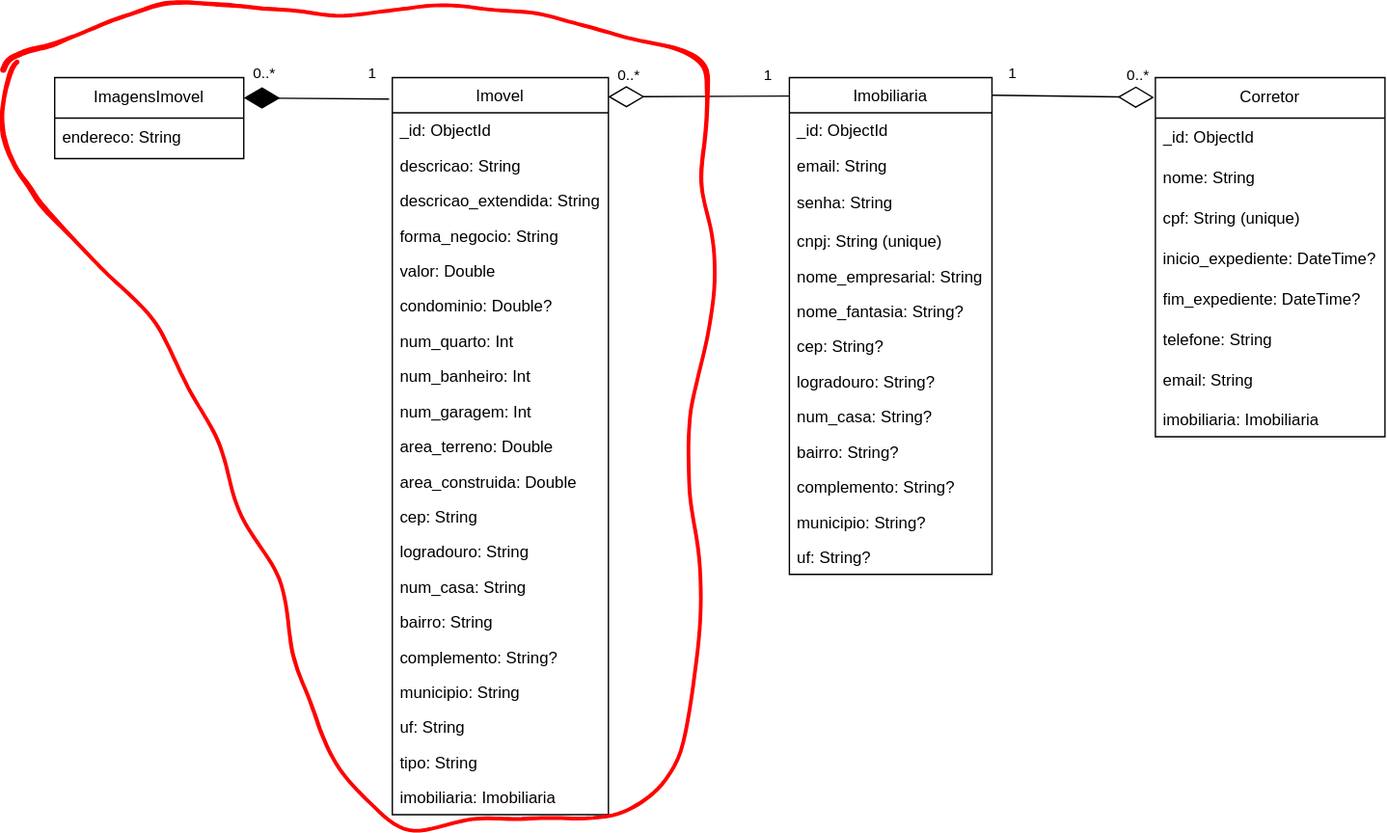
This is docs/NoAM.svg from FatecFranca/DSM-G07-PI3-2024-1, a draw.io export, as it was before one commit. Source tidied: cells renumbered, new cells last; positions are measured from the earlier drawing's top-left corner, leaving out a move shared by most shapes.
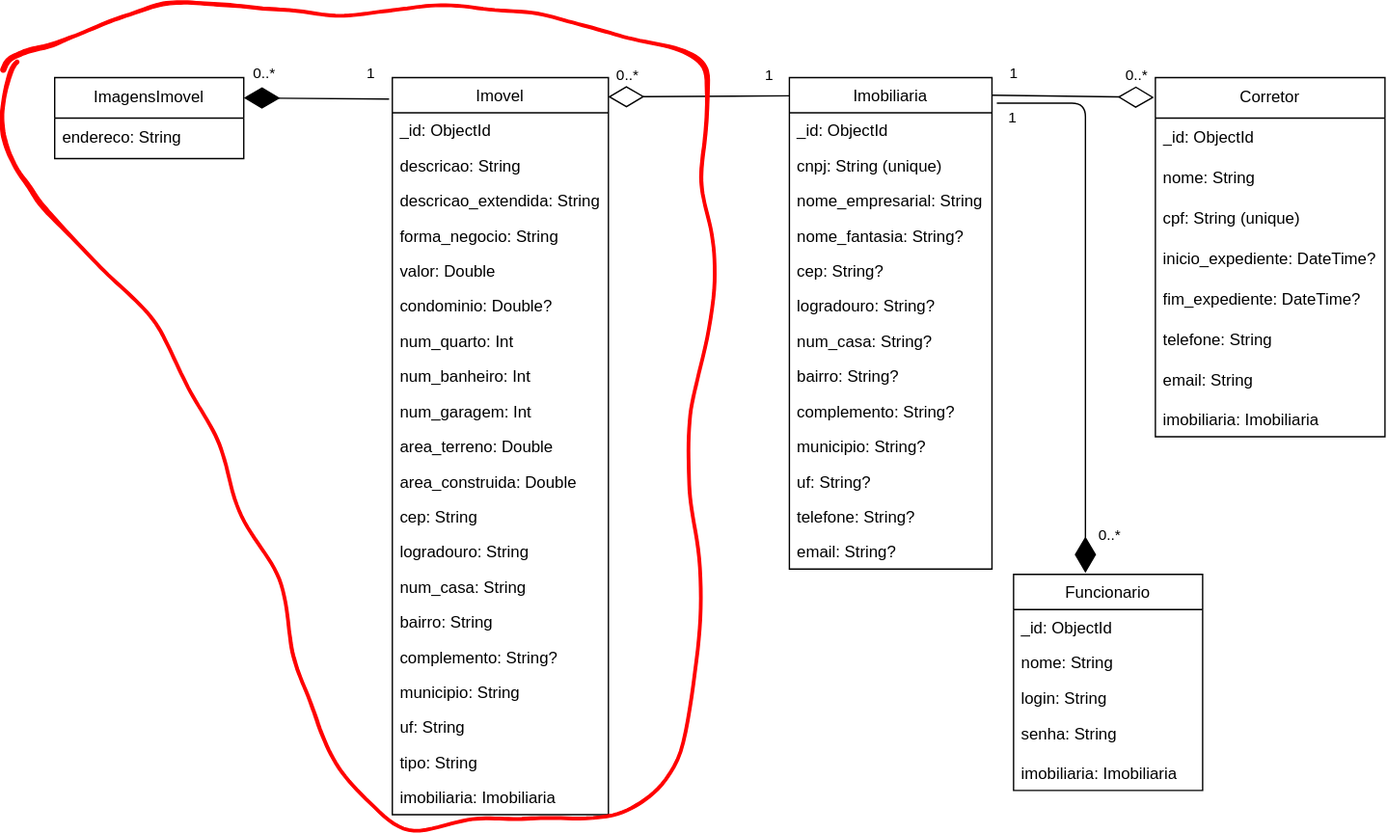
Later version of the same file.

Change to the diagram source:
```diff
@@ -72,47 +72,47 @@
       <mxGeometry y="30" width="140" height="30" as="geometry" />
     </mxCell>
     <mxCell id="25" value="Imobiliaria" style="swimlane;fontStyle=0;horizontal=1;startSize=26;fillColor=none;" parent="1" vertex="1">
-      <mxGeometry x="584" y="57" width="150" height="368" as="geometry" />
+      <mxGeometry x="584" y="57" width="150" height="364" as="geometry" />
     </mxCell>
     <mxCell id="26" value="_id: ObjectId" style="text;strokeColor=none;fillColor=none;align=left;verticalAlign=top;spacingLeft=4;spacingRight=4;overflow=hidden;" parent="25" vertex="1">
       <mxGeometry y="26" width="150" height="26" as="geometry" />
     </mxCell>
-    <mxCell id="27" value="email: String" style="text;strokeColor=none;fillColor=none;align=left;verticalAlign=top;spacingLeft=4;spacingRight=4;overflow=hidden;" parent="25" vertex="1">
-      <mxGeometry y="52" width="150" height="26" as="geometry" />
-    </mxCell>
-    <mxCell id="28" value="senha: String" style="text;strokeColor=none;fillColor=none;align=left;verticalAlign=middle;spacingLeft=4;spacingRight=4;overflow=hidden;whiteSpace=wrap;html=1;" parent="25" vertex="1">
-      <mxGeometry y="78" width="150" height="30" as="geometry" />
-    </mxCell>
     <mxCell id="29" value="cnpj: String (unique)" style="text;strokeColor=none;fillColor=none;align=left;verticalAlign=top;spacingLeft=4;spacingRight=4;overflow=hidden;" parent="25" vertex="1">
-      <mxGeometry y="108" width="150" height="26" as="geometry" />
+      <mxGeometry y="52" width="150" height="26" as="geometry" />
     </mxCell>
     <mxCell id="30" value="nome_empresarial: String" style="text;strokeColor=none;fillColor=none;align=left;verticalAlign=top;spacingLeft=4;spacingRight=4;overflow=hidden;" parent="25" vertex="1">
-      <mxGeometry y="134" width="150" height="26" as="geometry" />
+      <mxGeometry y="78" width="150" height="26" as="geometry" />
     </mxCell>
     <mxCell id="31" value="nome_fantasia: String?" style="text;strokeColor=none;fillColor=none;align=left;verticalAlign=top;spacingLeft=4;spacingRight=4;overflow=hidden;" parent="25" vertex="1">
-      <mxGeometry y="160" width="150" height="26" as="geometry" />
+      <mxGeometry y="104" width="150" height="26" as="geometry" />
     </mxCell>
     <mxCell id="32" value="cep: String?" style="text;strokeColor=none;fillColor=none;align=left;verticalAlign=top;spacingLeft=4;spacingRight=4;overflow=hidden;" parent="25" vertex="1">
-      <mxGeometry y="186" width="150" height="26" as="geometry" />
+      <mxGeometry y="130" width="150" height="26" as="geometry" />
     </mxCell>
     <mxCell id="33" value="logradouro: String?" style="text;strokeColor=none;fillColor=none;align=left;verticalAlign=top;spacingLeft=4;spacingRight=4;overflow=hidden;" parent="25" vertex="1">
-      <mxGeometry y="212" width="150" height="26" as="geometry" />
+      <mxGeometry y="156" width="150" height="26" as="geometry" />
     </mxCell>
     <mxCell id="34" value="num_casa: String?" style="text;strokeColor=none;fillColor=none;align=left;verticalAlign=top;spacingLeft=4;spacingRight=4;overflow=hidden;" parent="25" vertex="1">
-      <mxGeometry y="238" width="150" height="26" as="geometry" />
+      <mxGeometry y="182" width="150" height="26" as="geometry" />
     </mxCell>
     <mxCell id="35" value="bairro: String?" style="text;strokeColor=none;fillColor=none;align=left;verticalAlign=top;spacingLeft=4;spacingRight=4;overflow=hidden;" parent="25" vertex="1">
-      <mxGeometry y="264" width="150" height="26" as="geometry" />
+      <mxGeometry y="208" width="150" height="26" as="geometry" />
     </mxCell>
     <mxCell id="36" value="complemento: String?" style="text;strokeColor=none;fillColor=none;align=left;verticalAlign=top;spacingLeft=4;spacingRight=4;overflow=hidden;" parent="25" vertex="1">
-      <mxGeometry y="290" width="150" height="26" as="geometry" />
+      <mxGeometry y="234" width="150" height="26" as="geometry" />
     </mxCell>
     <mxCell id="37" value="municipio: String?" style="text;strokeColor=none;fillColor=none;align=left;verticalAlign=top;spacingLeft=4;spacingRight=4;overflow=hidden;" parent="25" vertex="1">
-      <mxGeometry y="316" width="150" height="26" as="geometry" />
+      <mxGeometry y="260" width="150" height="26" as="geometry" />
     </mxCell>
     <mxCell id="38" value="uf: String?" style="text;strokeColor=none;fillColor=none;align=left;verticalAlign=top;spacingLeft=4;spacingRight=4;overflow=hidden;" parent="25" vertex="1">
-      <mxGeometry y="342" width="150" height="26" as="geometry" />
+      <mxGeometry y="286" width="150" height="26" as="geometry" />
     </mxCell>
+    <mxCell id="58" value="telefone: String?" style="text;strokeColor=none;fillColor=none;align=left;verticalAlign=top;spacingLeft=4;spacingRight=4;overflow=hidden;" parent="25" vertex="1">
+      <mxGeometry y="312" width="150" height="26" as="geometry" />
+    </mxCell>
+    <mxCell id="59" value="email: String?" style="text;strokeColor=none;fillColor=none;align=left;verticalAlign=top;spacingLeft=4;spacingRight=4;overflow=hidden;" parent="25" vertex="1">
+      <mxGeometry y="338" width="150" height="26" as="geometry" />
+    </mxCell>
     <mxCell id="39" value="Corretor" style="swimlane;fontStyle=0;horizontal=1;startSize=30;whiteSpace=wrap;html=1;fillColor=none;" parent="1" vertex="1">
       <mxGeometry x="855" y="57" width="170" height="266" as="geometry" />
     </mxCell>
@@ -184,5 +184,36 @@
         <mxPoint y="-15" as="offset" />
       </mxGeometry>
     </mxCell>
+    <mxCell id="60" value="Funcionario" style="swimlane;fontStyle=0;horizontal=1;startSize=26;fillColor=none;" parent="1" vertex="1">
+      <mxGeometry x="750" y="425" width="140" height="160" as="geometry" />
+    </mxCell>
+    <mxCell id="61" value="_id: ObjectId" style="text;strokeColor=none;fillColor=none;align=left;verticalAlign=top;spacingLeft=4;spacingRight=4;overflow=hidden;" parent="60" vertex="1">
+      <mxGeometry y="26" width="140" height="26" as="geometry" />
+    </mxCell>
+    <mxCell id="62" value="nome: String" style="text;strokeColor=none;fillColor=none;align=left;verticalAlign=top;spacingLeft=4;spacingRight=4;overflow=hidden;" parent="60" vertex="1">
+      <mxGeometry y="52" width="140" height="26" as="geometry" />
+    </mxCell>
+    <mxCell id="63" value="login: String" style="text;strokeColor=none;fillColor=none;align=left;verticalAlign=top;spacingLeft=4;spacingRight=4;overflow=hidden;" parent="60" vertex="1">
+      <mxGeometry y="78" width="140" height="26" as="geometry" />
+    </mxCell>
+    <mxCell id="28" value="senha: String" style="text;strokeColor=none;fillColor=none;align=left;verticalAlign=middle;spacingLeft=4;spacingRight=4;overflow=hidden;whiteSpace=wrap;html=1;" parent="60" vertex="1">
+      <mxGeometry y="104" width="140" height="30" as="geometry" />
+    </mxCell>
+    <mxCell id="64" value="imobiliaria: Imobiliaria&#10;" style="text;strokeColor=none;fillColor=none;align=left;verticalAlign=top;spacingLeft=4;spacingRight=4;overflow=hidden;" parent="60" vertex="1">
+      <mxGeometry y="134" width="140" height="26" as="geometry" />
+    </mxCell>
+    <mxCell id="65" style="endArrow=diamondThin;endFill=1;endSize=24;html=1;entryX=0.38;entryY=-0.007;entryDx=0;entryDy=0;entryPerimeter=0;edgeStyle=orthogonalEdgeStyle;exitX=1.024;exitY=0.052;exitDx=0;exitDy=0;exitPerimeter=0;" parent="1" edge="1" source="25" target="60">
+      <mxGeometry relative="1" as="geometry" />
+    </mxCell>
+    <mxCell id="66" value="1" style="edgeLabel;html=1;align=center;verticalAlign=middle;" parent="65" vertex="1">
+      <mxGeometry x="-0.92" y="-3" relative="1" as="geometry">
+        <mxPoint x="-5" y="8" as="offset" />
+      </mxGeometry>
+    </mxCell>
+    <mxCell id="67" value="0..*" style="edgeLabel;html=1;align=center;verticalAlign=middle;" parent="65" vertex="1">
+      <mxGeometry x="0.8" y="1" relative="1" as="geometry">
+        <mxPoint x="16" y="14" as="offset" />
+      </mxGeometry>
+    </mxCell>
   </root>
 </mxGraphModel>
```
